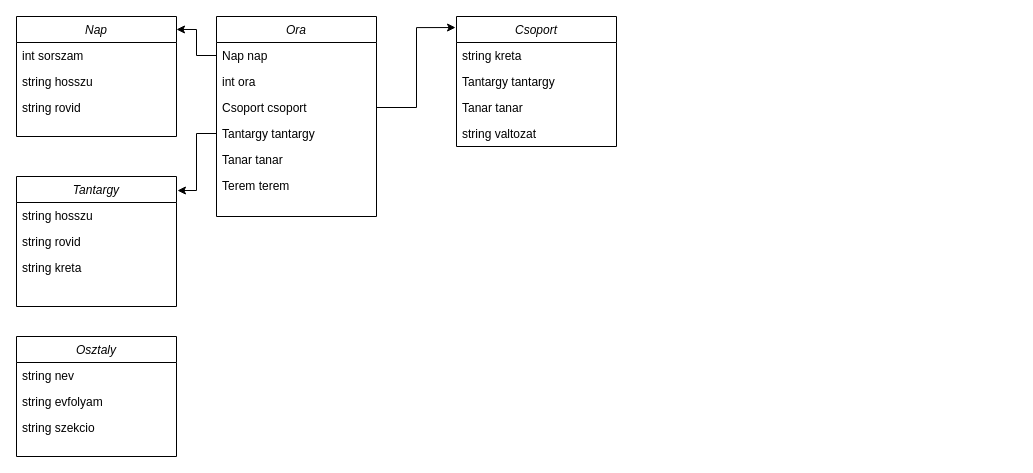
Before: dbmodel.drawio in MolnAtt/szlgorarend, a draw.io diagram. Source tidied: cells renumbered, new cells numbered last; positions are measured from the earlier drawing's top-left corner, leaving out a move shared by most shapes. Both pictures are drawn from the tidied source at 100%, with x=0, y=0 at pixel (16, 16).
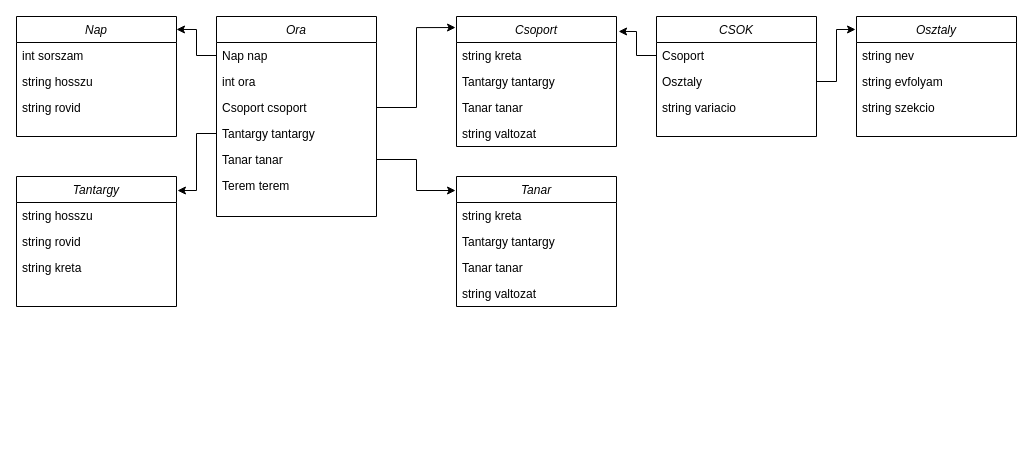
After the change.

Commit message:
CSOK és tanár

The change refers to these unchanged cells:
```xml
<mxCell id="7" value="Tanar tanar&#10;" style="text;align=left;verticalAlign=top;spacingLeft=4;spacingRight=4;overflow=hidden;points=[[0,0.5],[1,0.5]];portConstraint=eastwest;rounded=0;shadow=0;html=0;" parent="2" vertex="1">
  <mxGeometry y="130" width="160" height="26" as="geometry" />
</mxCell>
<mxCell id="18" value="Csoport" style="swimlane;fontStyle=2;align=center;verticalAlign=top;horizontal=1;startSize=26;rounded=0;shadow=0;strokeWidth=1;" parent="1" vertex="1">
  <mxGeometry x="440" width="160" height="130" as="geometry" />
</mxCell>
```

Change to the diagram source:
```diff
@@
     <mxCell id="14" value="Osztaly" style="swimlane;fontStyle=2;align=center;verticalAlign=top;horizontal=1;startSize=26;rounded=0;shadow=0;strokeWidth=1;" parent="1" vertex="1">
-      <mxGeometry y="320" width="160" height="120" as="geometry" />
+      <mxGeometry x="840" width="160" height="120" as="geometry" />
     </mxCell>
@@
+    <mxCell id="29" value="Tanar" style="swimlane;fontStyle=2;align=center;verticalAlign=top;horizontal=1;startSize=26;rounded=0;shadow=0;strokeWidth=1;" parent="1" vertex="1">
+      <mxGeometry x="440" y="160" width="160" height="130" as="geometry" />
+    </mxCell>
+    <mxCell id="30" value="string kreta" style="text;align=left;verticalAlign=top;spacingLeft=4;spacingRight=4;overflow=hidden;" parent="29" vertex="1">
+      <mxGeometry y="26" width="160" height="26" as="geometry" />
+    </mxCell>
+    <mxCell id="31" value="Tantargy tantargy" style="text;align=left;verticalAlign=top;spacingLeft=4;spacingRight=4;overflow=hidden;rounded=0;shadow=0;html=0;" parent="29" vertex="1">
+      <mxGeometry y="52" width="160" height="26" as="geometry" />
+    </mxCell>
+    <mxCell id="32" value="Tanar tanar" style="text;align=left;verticalAlign=top;spacingLeft=4;spacingRight=4;overflow=hidden;rounded=0;shadow=0;html=0;" parent="29" vertex="1">
+      <mxGeometry y="78" width="160" height="26" as="geometry" />
+    </mxCell>
+    <mxCell id="33" value="string valtozat" style="text;align=left;verticalAlign=top;spacingLeft=4;spacingRight=4;overflow=hidden;rounded=0;shadow=0;html=0;" parent="29" vertex="1">
+      <mxGeometry y="104" width="160" height="26" as="geometry" />
+    </mxCell>
+    <mxCell id="34" value="CSOK" style="swimlane;fontStyle=2;align=center;verticalAlign=top;horizontal=1;startSize=26;rounded=0;shadow=0;strokeWidth=1;" parent="1" vertex="1">
+      <mxGeometry x="640" width="160" height="120" as="geometry" />
+    </mxCell>
+    <mxCell id="35" value="Csoport" style="text;align=left;verticalAlign=top;spacingLeft=4;spacingRight=4;overflow=hidden;points=[[0,0.5],[1,0.5]];portConstraint=eastwest;" parent="34" vertex="1">
+      <mxGeometry y="26" width="160" height="26" as="geometry" />
+    </mxCell>
+    <mxCell id="36" value="Osztaly" style="text;align=left;verticalAlign=top;spacingLeft=4;spacingRight=4;overflow=hidden;points=[[0,0.5],[1,0.5]];portConstraint=eastwest;rounded=0;shadow=0;html=0;" parent="34" vertex="1">
+      <mxGeometry y="52" width="160" height="26" as="geometry" />
+    </mxCell>
+    <mxCell id="37" value="string variacio" style="text;align=left;verticalAlign=top;spacingLeft=4;spacingRight=4;overflow=hidden;rounded=0;shadow=0;html=0;" parent="34" vertex="1">
+      <mxGeometry y="78" width="160" height="26" as="geometry" />
+    </mxCell>
+    <mxCell id="38" style="edgeStyle=orthogonalEdgeStyle;rounded=0;jettySize=auto;html=1;exitX=0;exitY=0.5;exitDx=0;exitDy=0;entryX=1.013;entryY=0.115;entryDx=0;entryDy=0;entryPerimeter=0;" parent="1" edge="1" source="35" target="18">
+      <mxGeometry relative="1" as="geometry" />
+    </mxCell>
+    <mxCell id="39" style="edgeStyle=orthogonalEdgeStyle;rounded=0;jettySize=auto;html=1;exitX=1;exitY=0.5;exitDx=0;exitDy=0;entryX=-0.006;entryY=0.108;entryDx=0;entryDy=0;entryPerimeter=0;" parent="1" edge="1" source="36" target="14">
+      <mxGeometry relative="1" as="geometry" />
+    </mxCell>
+    <mxCell id="40" style="edgeStyle=orthogonalEdgeStyle;rounded=0;jettySize=auto;html=1;exitX=1;exitY=0.5;exitDx=0;exitDy=0;entryX=-0.006;entryY=0.108;entryDx=0;entryDy=0;entryPerimeter=0;" parent="1" edge="1" source="7" target="29">
+      <mxGeometry relative="1" as="geometry" />
+    </mxCell>
```
